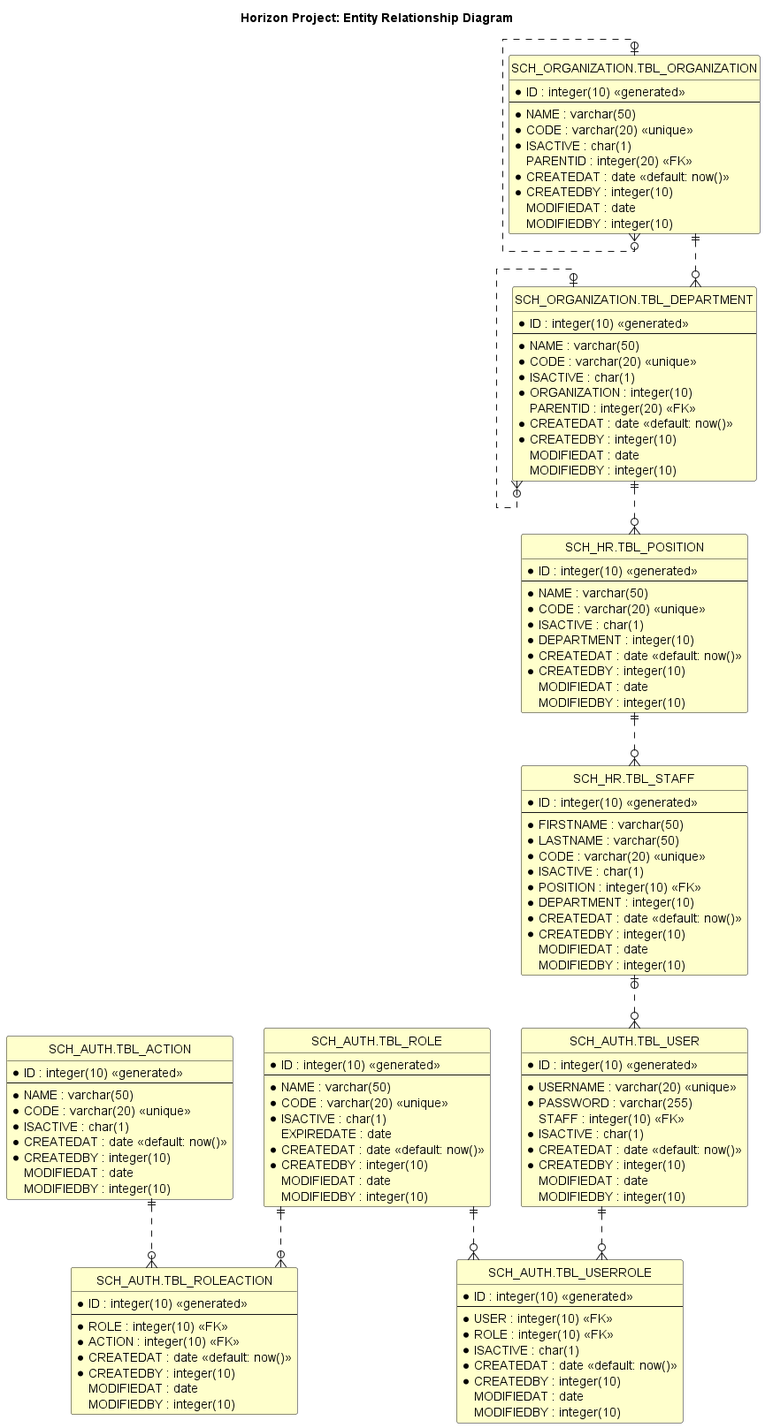
The PlantUML diagram HorizonUml/out/ERD/EntityRelatiohsipDiagram.png in mahyaresteki/Horizon, before a commit.
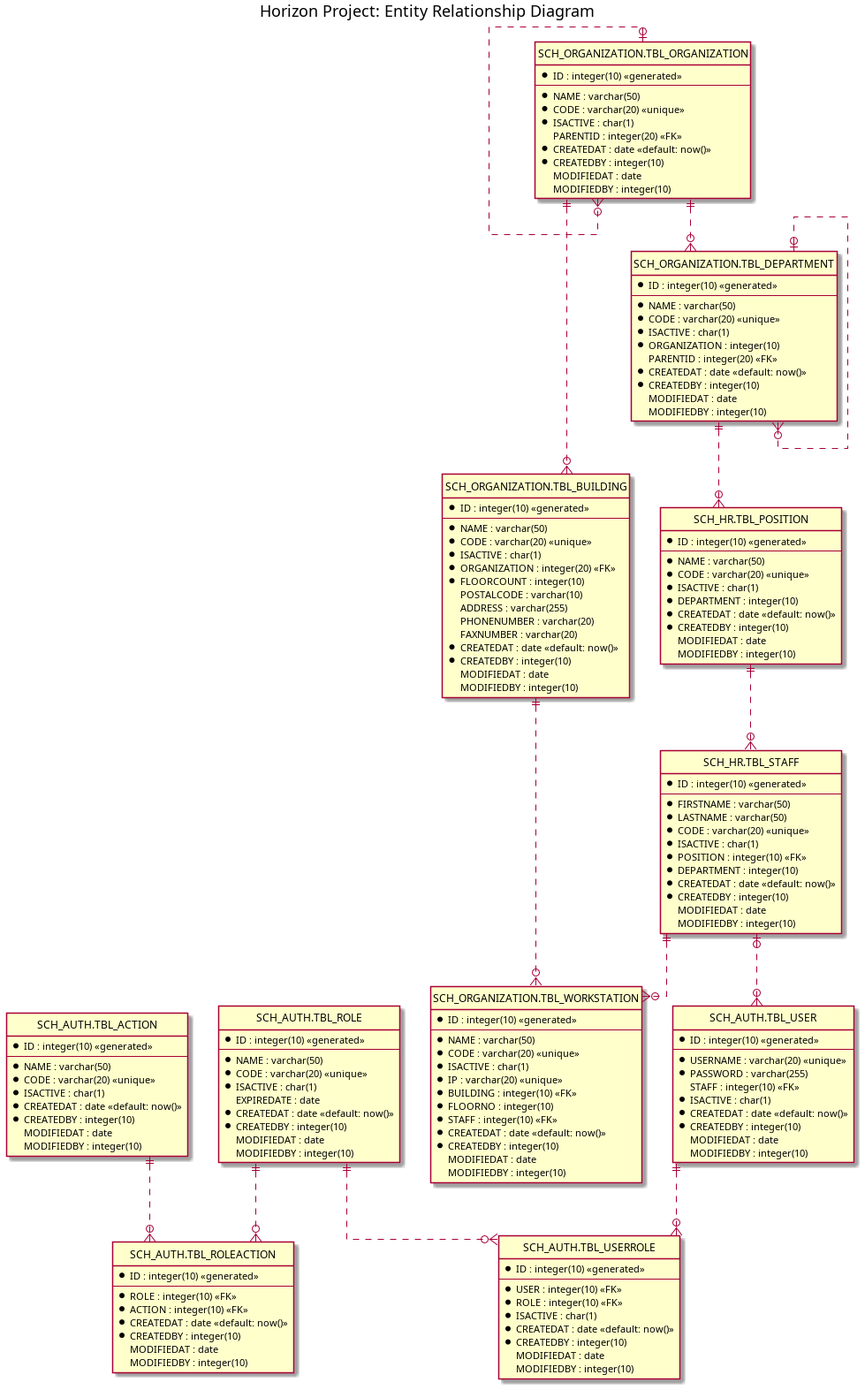
The same file after the commit.

Diff of the diagram source:
```diff
@@ -2,6 +2,7 @@
 hide circle
 skinparam classBackgroundColor #Business
 skinparam linetype ortho
+skinparam Shadowing True
 
 title Horizon Project: Entity Relationship Diagram
 
@@ -79,6 +80,42 @@
   MODIFIEDBY : integer(10)
 }
 
+
+entity "SCH_ORGANIZATION.TBL_BUILDING" as building {
+  *ID : integer(10) <<generated>>
+  --
+  *NAME : varchar(50)
+  *CODE : varchar(20) <<unique>>
+  *ISACTIVE : char(1)
+  *ORGANIZATION : integer(20) <<FK>>
+  *FLOORCOUNT : integer(10)
+  POSTALCODE : varchar(10)
+  ADDRESS : varchar(255)
+  PHONENUMBER : varchar(20)
+  FAXNUMBER : varchar(20)
+  *CREATEDAT : date <<default: now()>>
+  *CREATEDBY : integer(10)
+  MODIFIEDAT : date
+  MODIFIEDBY : integer(10)
+}
+
+entity "SCH_ORGANIZATION.TBL_WORKSTATION" as workStation {
+  *ID : integer(10) <<generated>>
+  --
+  *NAME : varchar(50)
+  *CODE : varchar(20) <<unique>>
+  *ISACTIVE : char(1)
+  *IP : varchar(20) <<unique>>
+  *BUILDING : integer(10) <<FK>>
+  *FLOORNO : integer(10)
+  *STAFF : integer(10) <<FK>>
+  *CREATEDAT : date <<default: now()>>
+  *CREATEDBY : integer(10)
+  MODIFIEDAT : date
+  MODIFIEDBY : integer(10)
+}
+
+
 entity "SCH_ORGANIZATION.TBL_DEPARTMENT" as department {
   *ID : integer(10) <<generated>>
   --
@@ -126,7 +163,10 @@
 user ||..o{ userRole
 role ||..o{ userRole
 organization |o..o{ organization
+organization ||..o{ building
 organization ||..o{ department
+building ||..o{ workStation
+staff ||..o{ workStation
 department |o..o{ department
 department ||..o{ position
 position ||..o{ staff
```
